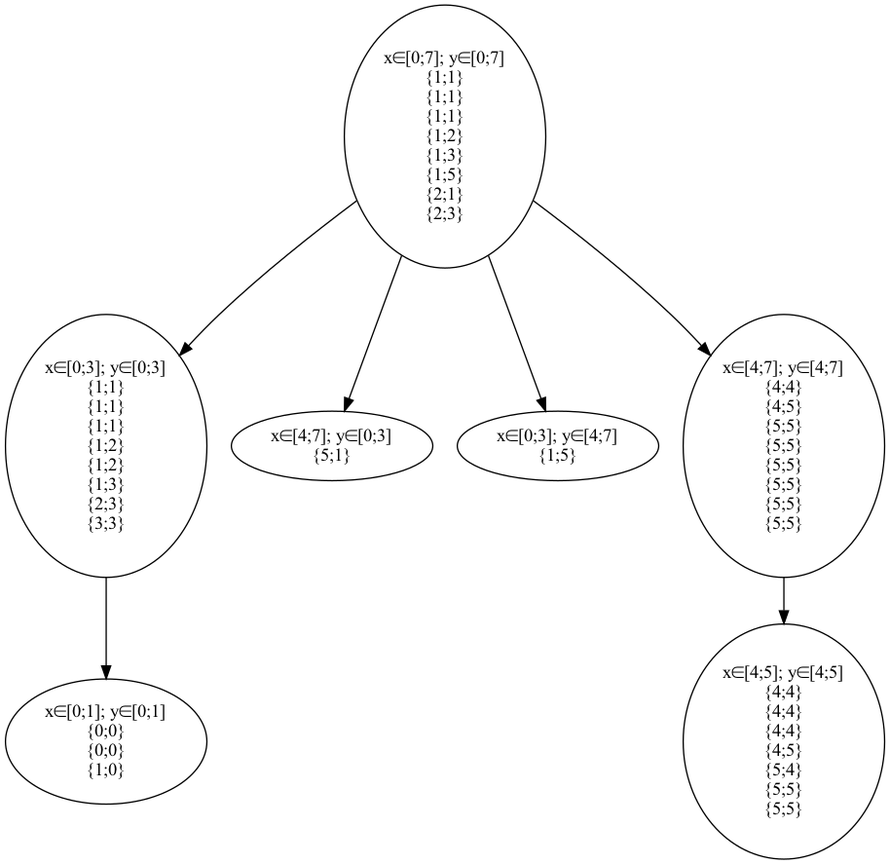
Before: lab4b/output/tree.dot.png, a diagram exported from Graphviz (IvanMurzin/Informatics). Its source is kept beside it as lab4b/output/tree.dot.
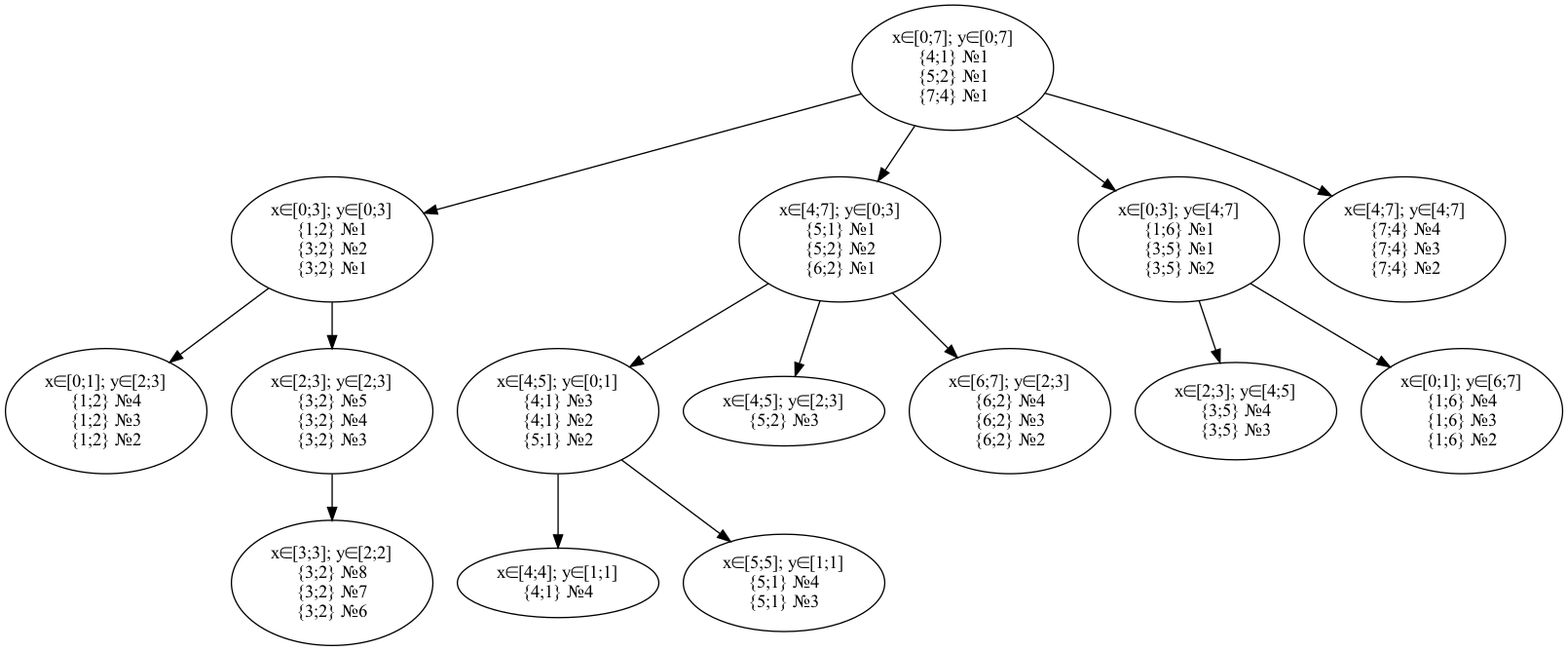
The same file after the commit.

What changed in the source:
```diff
@@ -1,114 +1,119 @@
 digraph tree {
 "x∈[0;7]; y∈[0;7]
-{1;1}
-{1;1}
-{1;1}
-{1;2}
-{1;3}
-{1;5}
-{2;1}
-{2;3}""x∈[0;7]; y∈[0;7]
-{1;1}
-{1;1}
-{1;1}
-{1;2}
-{1;3}
-{1;5}
-{2;1}
-{2;3}" -> "x∈[0;3]; y∈[0;3]
-{1;1}
-{1;1}
-{1;1}
-{1;2}
-{1;2}
-{1;3}
-{2;3}
-{3;3}""x∈[0;7]; y∈[0;7]
-{1;1}
-{1;1}
-{1;1}
-{1;2}
-{1;3}
-{1;5}
-{2;1}
-{2;3}" -> "x∈[4;7]; y∈[0;3]
-{5;1}""x∈[0;7]; y∈[0;7]
-{1;1}
-{1;1}
-{1;1}
-{1;2}
-{1;3}
-{1;5}
-{2;1}
-{2;3}" -> "x∈[0;3]; y∈[4;7]
-{1;5}""x∈[0;7]; y∈[0;7]
-{1;1}
-{1;1}
-{1;1}
-{1;2}
-{1;3}
-{1;5}
-{2;1}
-{2;3}" -> "x∈[4;7]; y∈[4;7]
-{4;4}
-{4;5}
-{5;5}
-{5;5}
-{5;5}
-{5;5}
-{5;5}
-{5;5}""x∈[0;3]; y∈[0;3]
-{1;1}
-{1;1}
-{1;1}
-{1;2}
-{1;2}
-{1;3}
-{2;3}
-{3;3}""x∈[0;3]; y∈[0;3]
-{1;1}
-{1;1}
-{1;1}
-{1;2}
-{1;2}
-{1;3}
-{2;3}
-{3;3}" -> "x∈[0;1]; y∈[0;1]
-{0;0}
-{0;0}
-{1;0}""x∈[0;1]; y∈[0;1]
-{0;0}
-{0;0}
-{1;0}""x∈[4;7]; y∈[0;3]
-{5;1}""x∈[0;3]; y∈[4;7]
-{1;5}""x∈[4;7]; y∈[4;7]
-{4;4}
-{4;5}
-{5;5}
-{5;5}
-{5;5}
-{5;5}
-{5;5}
-{5;5}""x∈[4;7]; y∈[4;7]
-{4;4}
-{4;5}
-{5;5}
-{5;5}
-{5;5}
-{5;5}
-{5;5}
-{5;5}" -> "x∈[4;5]; y∈[4;5]
-{4;4}
-{4;4}
-{4;4}
-{4;5}
-{5;4}
-{5;5}
-{5;5}""x∈[4;5]; y∈[4;5]
-{4;4}
-{4;4}
-{4;4}
-{4;5}
-{5;4}
-{5;5}
-{5;5}"}
+{4;1} №1
+{5;2} №1
+{7;4} №1""x∈[0;7]; y∈[0;7]
+{4;1} №1
+{5;2} №1
+{7;4} №1" -> "x∈[0;3]; y∈[0;3]
+{1;2} №1
+{3;2} №2
+{3;2} №1""x∈[0;7]; y∈[0;7]
+{4;1} №1
+{5;2} №1
+{7;4} №1" -> "x∈[4;7]; y∈[0;3]
+{5;1} №1
+{5;2} №2
+{6;2} №1""x∈[0;7]; y∈[0;7]
+{4;1} №1
+{5;2} №1
+{7;4} №1" -> "x∈[0;3]; y∈[4;7]
+{1;6} №1
+{3;5} №1
+{3;5} №2""x∈[0;7]; y∈[0;7]
+{4;1} №1
+{5;2} №1
+{7;4} №1" -> "x∈[4;7]; y∈[4;7]
+{7;4} №4
+{7;4} №3
+{7;4} №2""x∈[0;3]; y∈[0;3]
+{1;2} №1
+{3;2} №2
+{3;2} №1""x∈[0;3]; y∈[0;3]
+{1;2} №1
+{3;2} №2
+{3;2} №1" -> "x∈[0;1]; y∈[2;3]
+{1;2} №4
+{1;2} №3
+{1;2} №2""x∈[0;3]; y∈[0;3]
+{1;2} №1
+{3;2} №2
+{3;2} №1" -> "x∈[2;3]; y∈[2;3]
+{3;2} №5
+{3;2} №4
+{3;2} №3""x∈[0;1]; y∈[2;3]
+{1;2} №4
+{1;2} №3
+{1;2} №2""x∈[2;3]; y∈[2;3]
+{3;2} №5
+{3;2} №4
+{3;2} №3""x∈[2;3]; y∈[2;3]
+{3;2} №5
+{3;2} №4
+{3;2} №3" -> "x∈[3;3]; y∈[2;2]
+{3;2} №8
+{3;2} №7
+{3;2} №6""x∈[3;3]; y∈[2;2]
+{3;2} №8
+{3;2} №7
+{3;2} №6""x∈[4;7]; y∈[0;3]
+{5;1} №1
+{5;2} №2
+{6;2} №1""x∈[4;7]; y∈[0;3]
+{5;1} №1
+{5;2} №2
+{6;2} №1" -> "x∈[4;5]; y∈[0;1]
+{4;1} №3
+{4;1} №2
+{5;1} №2""x∈[4;7]; y∈[0;3]
+{5;1} №1
+{5;2} №2
+{6;2} №1" -> "x∈[4;5]; y∈[2;3]
+{5;2} №3""x∈[4;7]; y∈[0;3]
+{5;1} №1
+{5;2} №2
+{6;2} №1" -> "x∈[6;7]; y∈[2;3]
+{6;2} №4
+{6;2} №3
+{6;2} №2""x∈[4;5]; y∈[0;1]
+{4;1} №3
+{4;1} №2
+{5;1} №2""x∈[4;5]; y∈[0;1]
+{4;1} №3
+{4;1} №2
+{5;1} №2" -> "x∈[4;4]; y∈[1;1]
+{4;1} №4""x∈[4;5]; y∈[0;1]
+{4;1} №3
+{4;1} №2
+{5;1} №2" -> "x∈[5;5]; y∈[1;1]
+{5;1} №4
+{5;1} №3""x∈[4;4]; y∈[1;1]
+{4;1} №4""x∈[5;5]; y∈[1;1]
+{5;1} №4
+{5;1} №3""x∈[4;5]; y∈[2;3]
+{5;2} №3""x∈[6;7]; y∈[2;3]
+{6;2} №4
+{6;2} №3
+{6;2} №2""x∈[0;3]; y∈[4;7]
+{1;6} №1
+{3;5} №1
+{3;5} №2""x∈[0;3]; y∈[4;7]
+{1;6} №1
+{3;5} №1
+{3;5} №2" -> "x∈[2;3]; y∈[4;5]
+{3;5} №4
+{3;5} №3""x∈[0;3]; y∈[4;7]
+{1;6} №1
+{3;5} №1
+{3;5} №2" -> "x∈[0;1]; y∈[6;7]
+{1;6} №4
+{1;6} №3
+{1;6} №2""x∈[2;3]; y∈[4;5]
+{3;5} №4
+{3;5} №3""x∈[0;1]; y∈[6;7]
+{1;6} №4
+{1;6} №3
+{1;6} №2""x∈[4;7]; y∈[4;7]
+{7;4} №4
+{7;4} №3
+{7;4} №2"}
```
